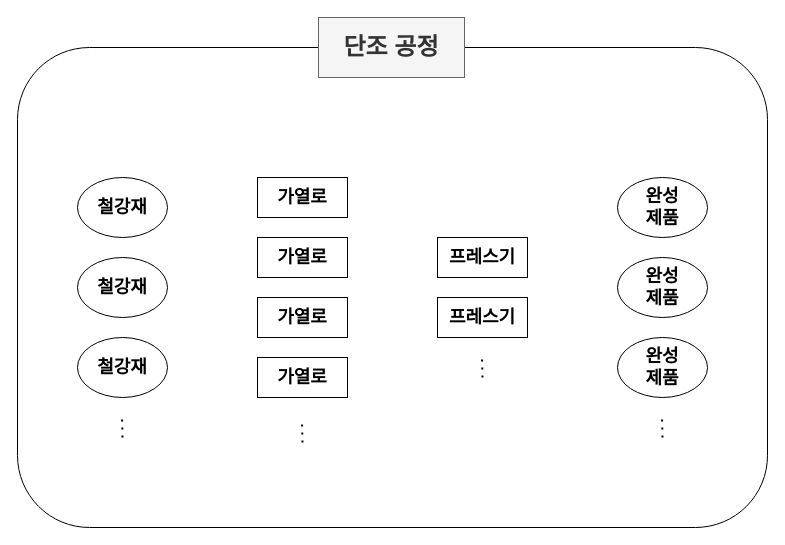
Before: 단조공정 프로세스(졸업).drawio in seheeP/statistic, a draw.io diagram. Source tidied: cells renumbered, new cells numbered last; positions are measured from the earlier drawing's top-left corner, leaving out a move shared by most shapes. Both pictures are drawn from the tidied source at 100%, with x=0, y=0 at pixel (17, 17).
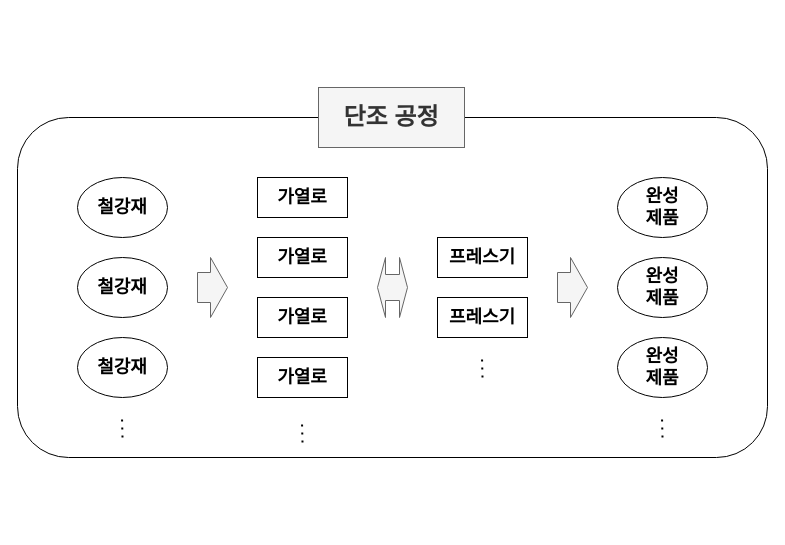
The same diagram, later.

Commit message:
Update 단조공정 프로세스(졸업).drawio

The edit, as a diff of the source:
```diff
@@
     <mxCell id="2" style="rounded=1;whiteSpace=wrap;html=1;" parent="1" vertex="1">
-      <mxGeometry y="30" width="750" height="480" as="geometry" />
+      <mxGeometry y="100" width="750" height="340" as="geometry" />
     </mxCell>
     <mxCell id="3" value="&lt;h1&gt;단조 공정&lt;/h1&gt;" style="rounded=0;whiteSpace=wrap;html=1;fillColor=#f5f5f5;fontColor=#333333;strokeColor=#666666;" parent="1" vertex="1">
-      <mxGeometry x="301" width="146" height="60" as="geometry" />
+      <mxGeometry x="301" y="70" width="146" height="60" as="geometry" />
     </mxCell>
@@
+    <mxCell id="20" style="shape=singleArrow;whiteSpace=wrap;html=1;arrowWidth=0.5;arrowSize=0.5666666666666667;fillColor=#f5f5f5;strokeColor=#666666;fontColor=#333333;" parent="1" vertex="1">
+      <mxGeometry x="180" y="240" width="30" height="60" as="geometry" />
+    </mxCell>
+    <mxCell id="21" style="shape=singleArrow;whiteSpace=wrap;html=1;arrowWidth=0.5;arrowSize=0.5666666666666667;fillColor=#f5f5f5;strokeColor=#666666;fontColor=#333333;" parent="1" vertex="1">
+      <mxGeometry x="540" y="240" width="30" height="60" as="geometry" />
+    </mxCell>
+    <mxCell id="22" style="shape=doubleArrow;whiteSpace=wrap;html=1;arrowWidth=0.43333333333333335;arrowSize=0.26666666666666666;fillColor=#f5f5f5;strokeColor=#666666;fontColor=#333333;" parent="1" vertex="1">
+      <mxGeometry x="360" y="240" width="30" height="60" as="geometry" />
+    </mxCell>
```
